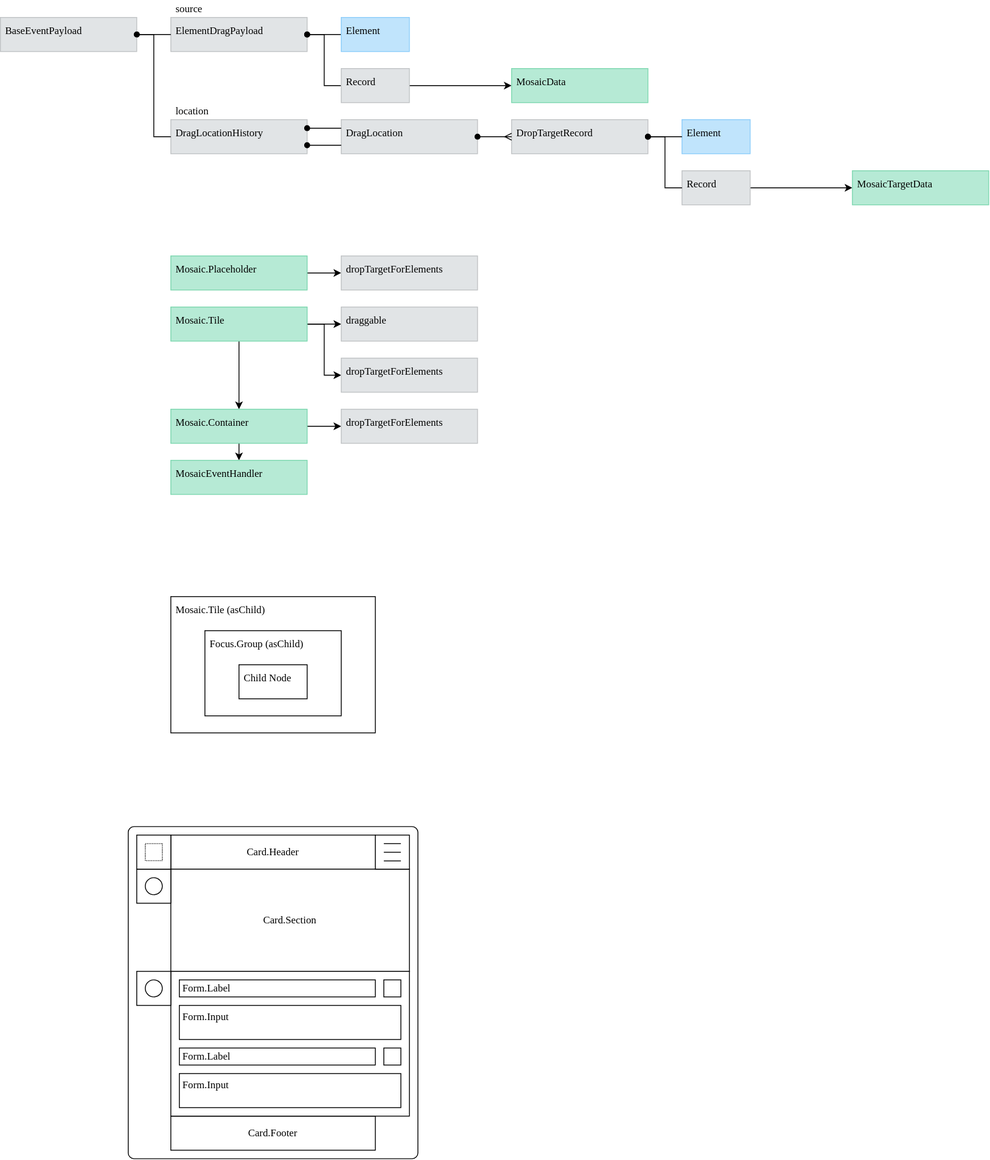
The draw.io diagram packages/ui/react-ui-mosaic/docs/mosaic.drawio.svg in dxos/dxos, before a commit. Source tidied: cells renumbered, new cells last; positions are measured from the earlier drawing's top-left corner, leaving out a move shared by most shapes.
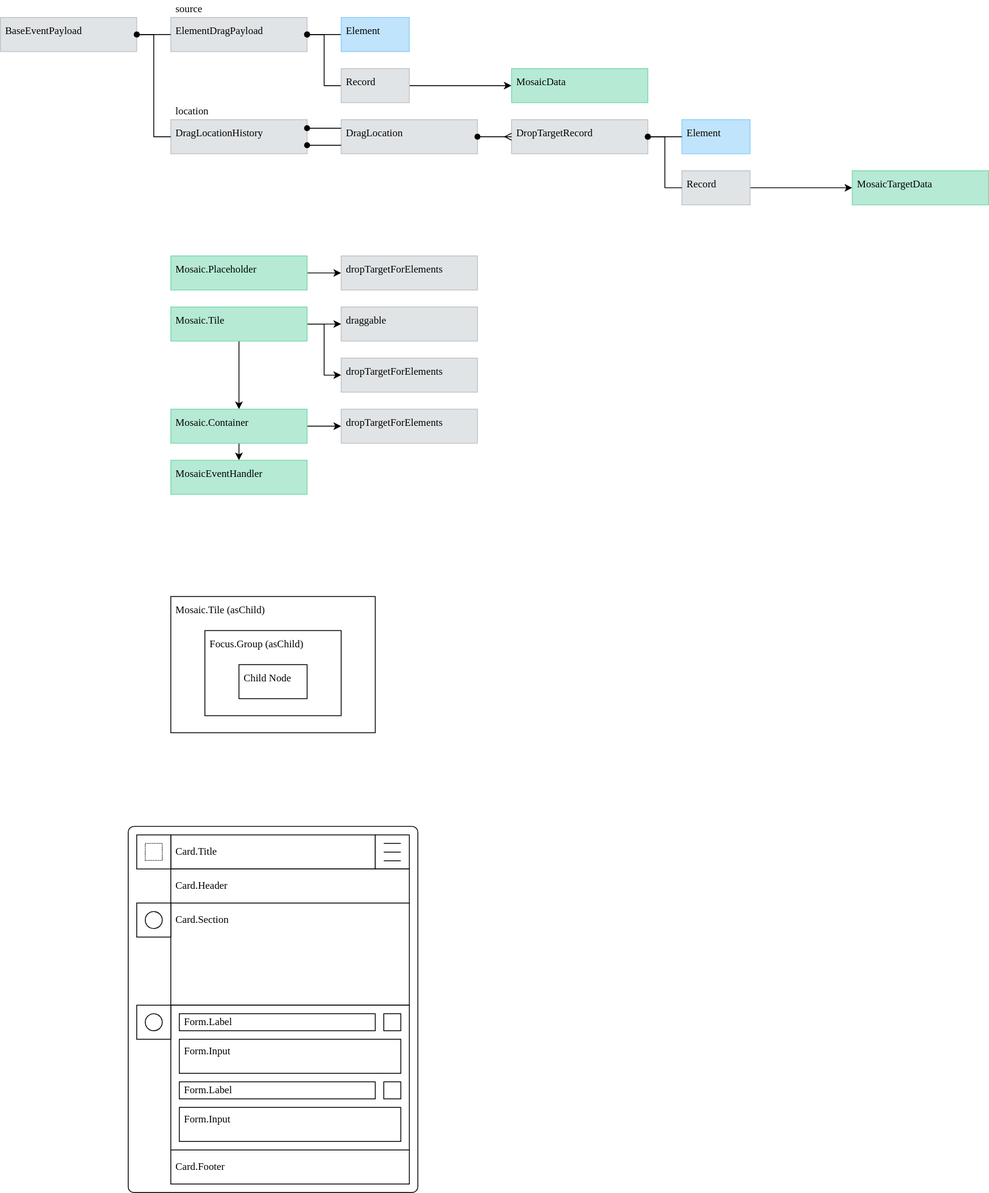
After the commit.

Change to the diagram source:
```diff
@@ -3,16 +3,16 @@
     <mxCell id="0" />
     <mxCell id="1" parent="0" />
     <mxCell id="2" style="rounded=1;whiteSpace=wrap;html=1;arcSize=2;fontFamily=Space Grotesk;" parent="1" vertex="1">
-      <mxGeometry x="150" y="970" width="340" height="390" as="geometry" />
+      <mxGeometry x="150" y="970" width="340" height="430" as="geometry" />
     </mxCell>
-    <mxCell id="3" value="Card.Header" style="rounded=0;whiteSpace=wrap;html=1;fontFamily=Space Grotesk;" parent="1" vertex="1">
+    <mxCell id="3" value="Card.Title" style="rounded=0;whiteSpace=wrap;html=1;fontFamily=Space Grotesk;align=left;spacingLeft=4;verticalAlign=top;spacingTop=6;" parent="1" vertex="1">
       <mxGeometry x="200" y="980" width="240" height="40" as="geometry" />
     </mxCell>
-    <mxCell id="4" value="Card.Footer" style="rounded=0;whiteSpace=wrap;html=1;fontFamily=Space Grotesk;" parent="1" vertex="1">
-      <mxGeometry x="200" y="1310" width="240" height="40" as="geometry" />
+    <mxCell id="4" value="Card.Footer" style="rounded=0;whiteSpace=wrap;html=1;fontFamily=Space Grotesk;spacingLeft=4;align=left;spacingTop=6;verticalAlign=top;" parent="1" vertex="1">
+      <mxGeometry x="200" y="1350" width="280" height="40" as="geometry" />
     </mxCell>
-    <mxCell id="5" value="Card.Section" style="rounded=0;whiteSpace=wrap;html=1;fontFamily=Space Grotesk;" parent="1" vertex="1">
-      <mxGeometry x="200" y="1020" width="280" height="120" as="geometry" />
+    <mxCell id="5" value="Card.Section" style="rounded=0;whiteSpace=wrap;html=1;fontFamily=Space Grotesk;align=left;spacingLeft=4;spacingTop=6;verticalAlign=top;" parent="1" vertex="1">
+      <mxGeometry x="200" y="1060" width="280" height="120" as="geometry" />
     </mxCell>
     <mxCell id="6" value="Mosaic.Tile (asChild)" style="rounded=0;whiteSpace=wrap;html=1;align=left;verticalAlign=top;spacingTop=2;spacingLeft=4;spacingBottom=2;spacingRight=4;fontFamily=Space Grotesk;" parent="1" vertex="1">
       <mxGeometry x="200" y="700" width="240" height="160" as="geometry" />
@@ -129,7 +129,7 @@
       </mxGeometry>
     </mxCell>
     <mxCell id="35" style="group;fontFamily=Space Grotesk;" parent="1" vertex="1">
-      <mxGeometry x="160" y="1020" width="40" height="40" as="geometry" />
+      <mxGeometry x="160" y="1060" width="40" height="40" as="geometry" />
     </mxCell>
     <mxCell id="36" style="rounded=0;whiteSpace=wrap;html=1;fontFamily=Space Grotesk;" parent="35" vertex="1">
       <mxGeometry width="40" height="40" as="geometry" />
@@ -147,31 +147,31 @@
       <mxGeometry x="10" y="10" width="20" height="20" as="geometry" />
     </mxCell>
     <mxCell id="41" style="group;fontFamily=Space Grotesk;verticalAlign=top;" parent="1" vertex="1">
-      <mxGeometry x="200" y="1140" width="280" height="170" as="geometry" />
+      <mxGeometry x="200" y="1180" width="280" height="170" as="geometry" />
     </mxCell>
     <mxCell id="42" style="rounded=0;whiteSpace=wrap;html=1;fontFamily=Space Grotesk;" parent="41" vertex="1">
       <mxGeometry width="280" height="170" as="geometry" />
     </mxCell>
-    <mxCell id="43" value="Form.Input" style="rounded=0;whiteSpace=wrap;html=1;align=left;spacingLeft=2;fontFamily=Space Grotesk;verticalAlign=top;" parent="41" vertex="1">
+    <mxCell id="43" value="Form.Input" style="rounded=0;whiteSpace=wrap;html=1;align=left;spacingLeft=4;fontFamily=Space Grotesk;verticalAlign=top;" parent="41" vertex="1">
       <mxGeometry x="10" y="40" width="260" height="40" as="geometry" />
     </mxCell>
     <mxCell id="44" style="rounded=0;whiteSpace=wrap;html=1;fontFamily=Space Grotesk;" parent="41" vertex="1">
       <mxGeometry x="250" y="10" width="20" height="20" as="geometry" />
     </mxCell>
-    <mxCell id="45" value="Form.Label" style="rounded=0;whiteSpace=wrap;html=1;align=left;spacingLeft=2;fontFamily=Space Grotesk;" parent="41" vertex="1">
+    <mxCell id="45" value="Form.Label" style="rounded=0;whiteSpace=wrap;html=1;align=left;spacingLeft=4;fontFamily=Space Grotesk;" parent="41" vertex="1">
       <mxGeometry x="10" y="10" width="230" height="20" as="geometry" />
     </mxCell>
-    <mxCell id="46" value="Form.Input" style="rounded=0;whiteSpace=wrap;html=1;align=left;spacingLeft=2;fontFamily=Space Grotesk;verticalAlign=top;" parent="41" vertex="1">
+    <mxCell id="46" value="Form.Input" style="rounded=0;whiteSpace=wrap;html=1;align=left;spacingLeft=4;fontFamily=Space Grotesk;verticalAlign=top;" parent="41" vertex="1">
       <mxGeometry x="10" y="120" width="260" height="40" as="geometry" />
     </mxCell>
     <mxCell id="47" style="rounded=0;whiteSpace=wrap;html=1;fontFamily=Space Grotesk;" parent="41" vertex="1">
       <mxGeometry x="250" y="90" width="20" height="20" as="geometry" />
     </mxCell>
-    <mxCell id="48" value="Form.Label" style="rounded=0;whiteSpace=wrap;html=1;align=left;spacingLeft=2;fontFamily=Space Grotesk;" parent="41" vertex="1">
+    <mxCell id="48" value="Form.Label" style="rounded=0;whiteSpace=wrap;html=1;align=left;spacingLeft=4;fontFamily=Space Grotesk;" parent="41" vertex="1">
       <mxGeometry x="10" y="90" width="230" height="20" as="geometry" />
     </mxCell>
     <mxCell id="49" style="group;fontFamily=Space Grotesk;" parent="1" vertex="1">
-      <mxGeometry x="160" y="1140" width="40" height="40" as="geometry" />
+      <mxGeometry x="160" y="1180" width="40" height="40" as="geometry" />
     </mxCell>
     <mxCell id="50" style="rounded=0;whiteSpace=wrap;html=1;fontFamily=Space Grotesk;" parent="49" vertex="1">
       <mxGeometry width="40" height="40" as="geometry" />
@@ -238,5 +238,8 @@
     <mxCell id="69" value="location" style="rounded=0;whiteSpace=wrap;html=1;align=left;verticalAlign=middle;spacingTop=2;spacingLeft=4;spacingBottom=2;spacingRight=4;fontFamily=Space Grotesk;fillColor=none;fontColor=#000000;strokeColor=none;" parent="1" vertex="1">
       <mxGeometry x="200" y="120" width="160" height="20" as="geometry" />
     </mxCell>
+    <mxCell id="70" value="Card.Header" style="rounded=0;whiteSpace=wrap;html=1;fontFamily=Space Grotesk;align=left;spacingLeft=4;spacingTop=6;verticalAlign=top;" parent="1" vertex="1">
+      <mxGeometry x="200" y="1020" width="280" height="40" as="geometry" />
+    </mxCell>
   </root>
 </mxGraphModel>
```
